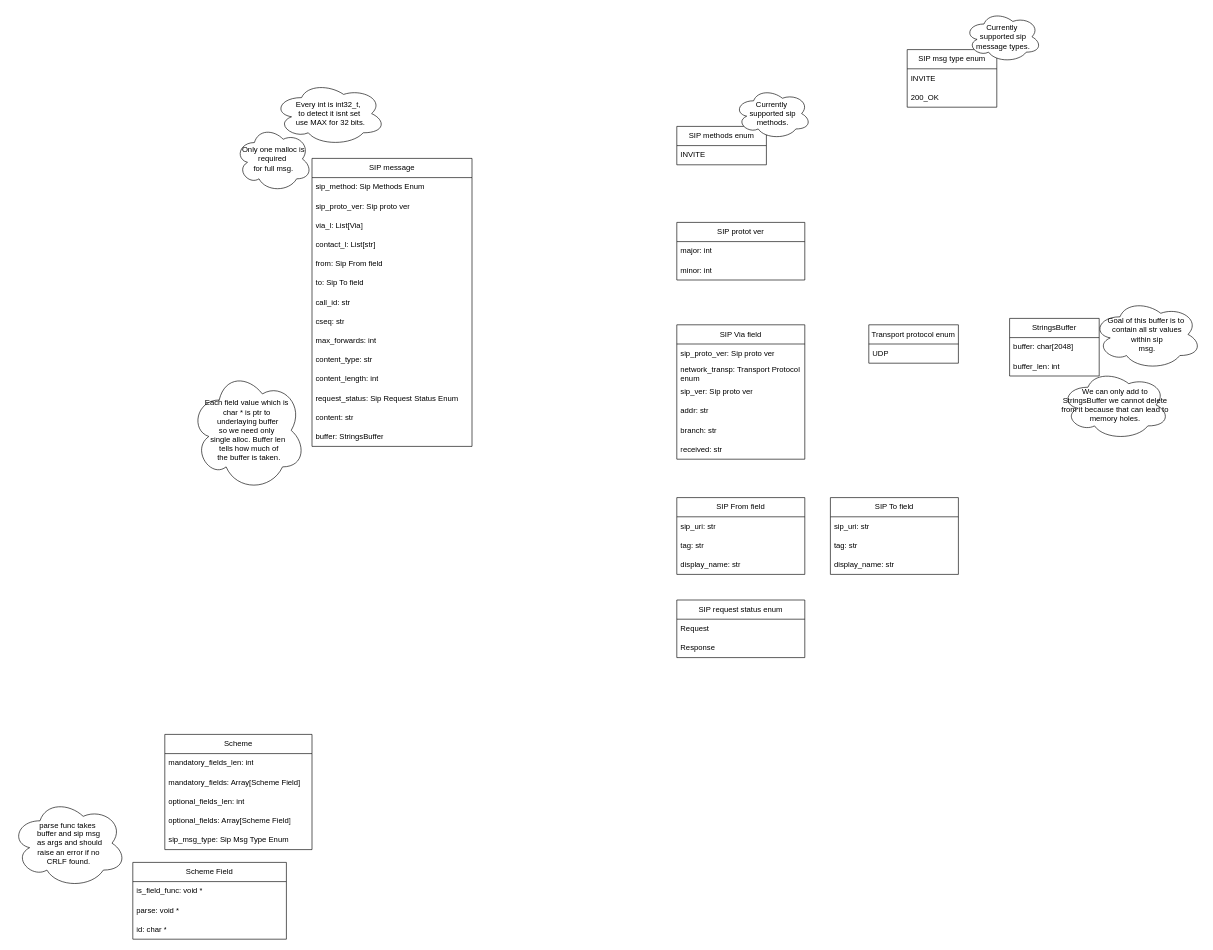
This is page "Data structures" (3 of 3) of docs/architecture.drawio from KubaTaba1uga/c_minilib_sip_codec, a draw.io file, before an edit. Source tidied: cells renumbered, new cells numbered last; positions are measured from the earlier drawing's top-left corner, leaving out a move shared by most shapes. Both pictures are drawn from the tidied source at 64%, with x=0, y=0 at pixel (11, 11).
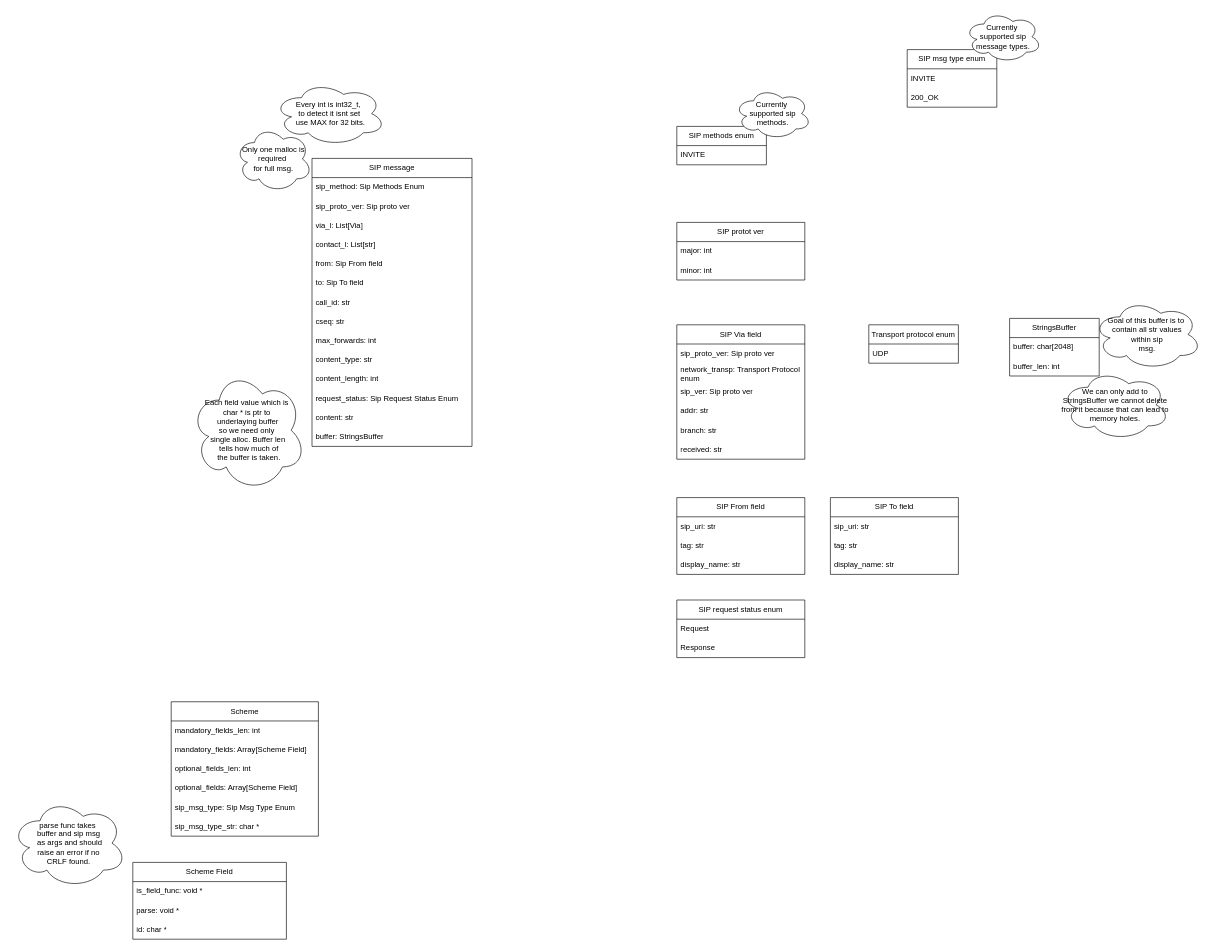
After the change.

The edit, as a diff of the source:
```diff
@@
     <mxCell id="53" value="Scheme" style="swimlane;fontStyle=0;horizontal=1;startSize=30;whiteSpace=wrap;html=1;" parent="1" vertex="1">
-      <mxGeometry x="240" y="1130" width="230" height="180" as="geometry" />
+      <mxGeometry x="250" y="1079" width="230" height="210" as="geometry" />
     </mxCell>
@@
+    <mxCell id="68" value="sip_msg_type_str: char *" style="text;strokeColor=none;fillColor=none;align=left;verticalAlign=middle;spacingLeft=4;spacingRight=4;overflow=hidden;whiteSpace=wrap;html=1;" parent="53" vertex="1">
+      <mxGeometry y="180" width="230" height="30" as="geometry" />
+    </mxCell>
```
